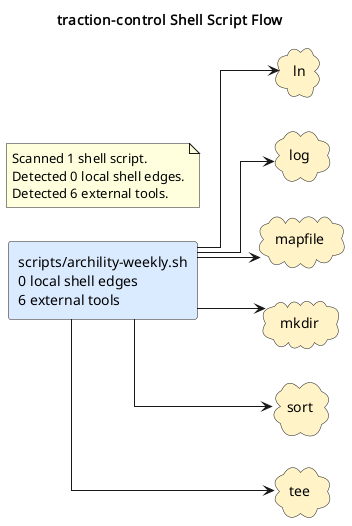
This is docs/diagrams/shell-call-graph.puml.png from casonk/traction-control, a PlantUML export, as it was before one commit. Its diagram source:
```plantuml
@startuml
title traction-control Shell Script Flow
left to right direction
skinparam shadowing false
skinparam defaultFontName Monospace
skinparam componentStyle rectangle
skinparam linetype ortho
rectangle "scripts/archility-weekly.sh\n0 local shell edges\n6 external tools" as shell_scripts_archility_weekly_sh #DBEAFE
cloud "ln" as tool_ln #FEF3C7
cloud "log" as tool_log #FEF3C7
cloud "mapfile" as tool_mapfile #FEF3C7
cloud "mkdir" as tool_mkdir #FEF3C7
cloud "sort" as tool_sort #FEF3C7
cloud "tee" as tool_tee #FEF3C7
shell_scripts_archility_weekly_sh --> tool_ln
shell_scripts_archility_weekly_sh --> tool_log
shell_scripts_archility_weekly_sh --> tool_mapfile
shell_scripts_archility_weekly_sh --> tool_mkdir
shell_scripts_archility_weekly_sh --> tool_sort
shell_scripts_archility_weekly_sh --> tool_tee
note as shellGraphSummary
Scanned 1 shell script.
Detected 0 local shell edges.
Detected 6 external tools.
end note
@enduml
```
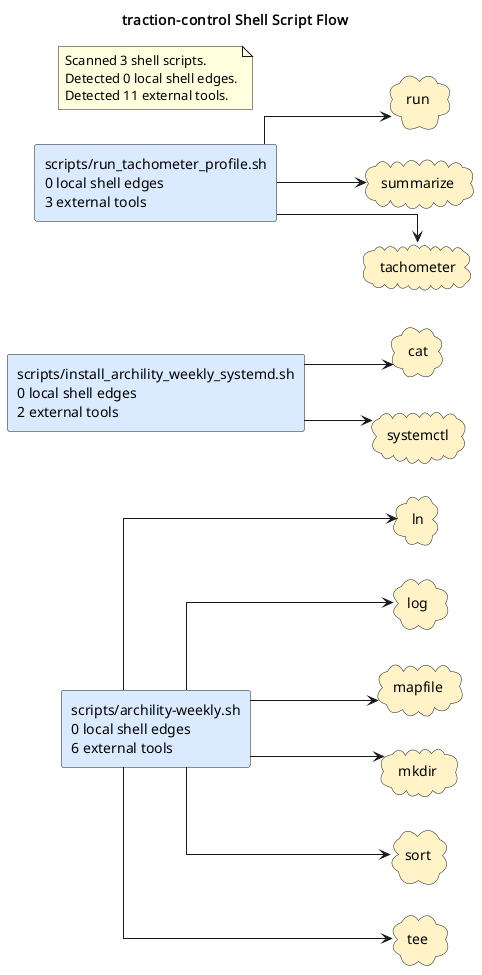
The same file after the commit.

The edit, as a diff of the source:
```diff
@@ -6,11 +6,18 @@
 skinparam componentStyle rectangle
 skinparam linetype ortho
 rectangle "scripts/archility-weekly.sh\n0 local shell edges\n6 external tools" as shell_scripts_archility_weekly_sh #DBEAFE
+rectangle "scripts/install_archility_weekly_systemd.sh\n0 local shell edges\n2 external tools" as shell_scripts_install_archility_weekly_systemd_sh #DBEAFE
+rectangle "scripts/run_tachometer_profile.sh\n0 local shell edges\n3 external tools" as shell_scripts_run_tachometer_profile_sh #DBEAFE
+cloud "cat" as tool_cat #FEF3C7
 cloud "ln" as tool_ln #FEF3C7
 cloud "log" as tool_log #FEF3C7
 cloud "mapfile" as tool_mapfile #FEF3C7
 cloud "mkdir" as tool_mkdir #FEF3C7
+cloud "run" as tool_run #FEF3C7
 cloud "sort" as tool_sort #FEF3C7
+cloud "summarize" as tool_summarize #FEF3C7
+cloud "systemctl" as tool_systemctl #FEF3C7
+cloud "tachometer" as tool_tachometer #FEF3C7
 cloud "tee" as tool_tee #FEF3C7
 shell_scripts_archility_weekly_sh --> tool_ln
 shell_scripts_archility_weekly_sh --> tool_log
@@ -18,9 +25,14 @@
 shell_scripts_archility_weekly_sh --> tool_mkdir
 shell_scripts_archility_weekly_sh --> tool_sort
 shell_scripts_archility_weekly_sh --> tool_tee
+shell_scripts_install_archility_weekly_systemd_sh --> tool_cat
+shell_scripts_install_archility_weekly_systemd_sh --> tool_systemctl
+shell_scripts_run_tachometer_profile_sh --> tool_run
+shell_scripts_run_tachometer_profile_sh --> tool_summarize
+shell_scripts_run_tachometer_profile_sh --> tool_tachometer
 note as shellGraphSummary
-Scanned 1 shell script.
+Scanned 3 shell scripts.
 Detected 0 local shell edges.
-Detected 6 external tools.
+Detected 11 external tools.
 end note
 @enduml
```
